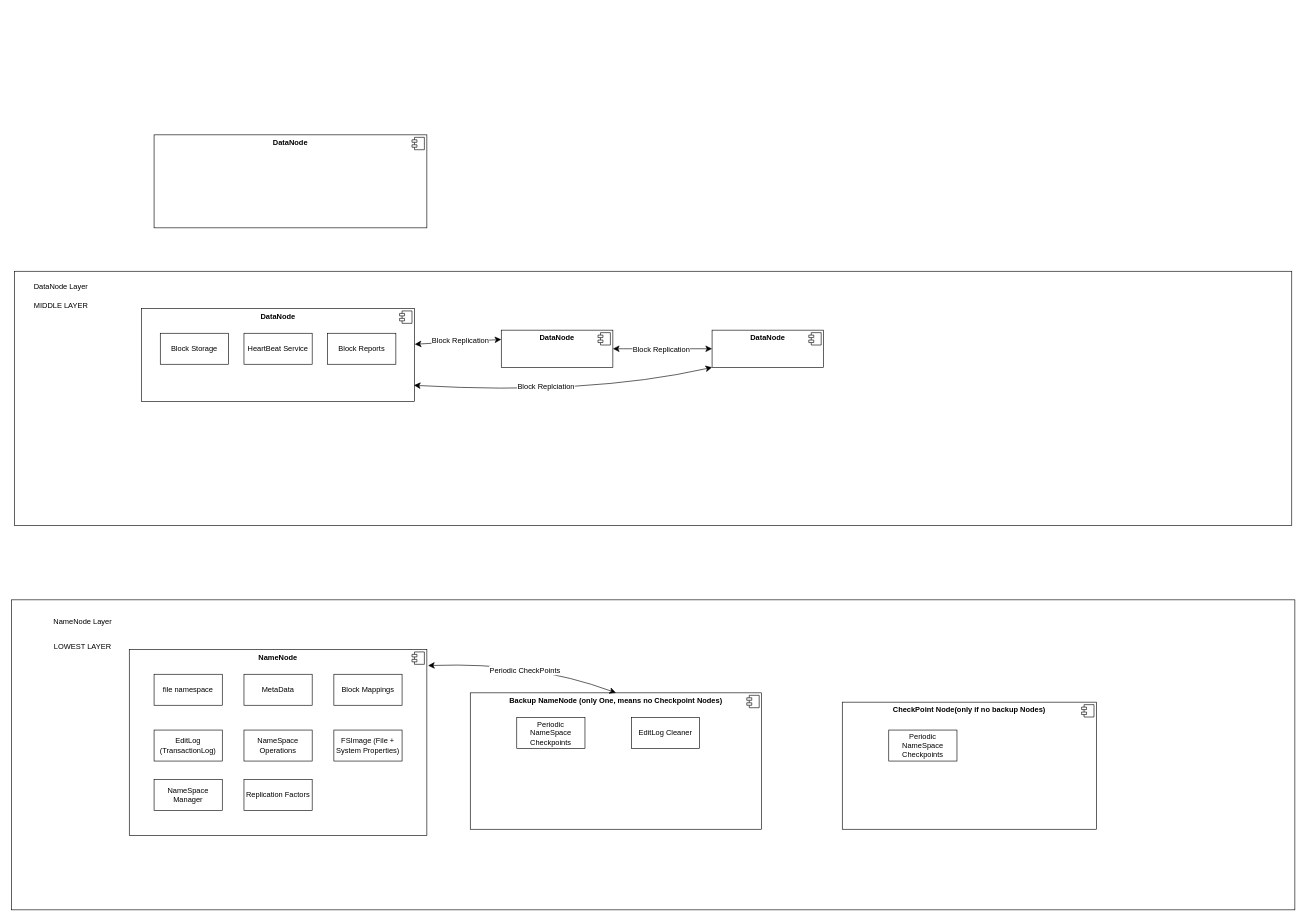
Above: HDFS.drawio in DylanBriSmith/4313Drawings (draw.io), before the change. Source tidied: cells renumbered, new cells numbered last; positions are measured from the earlier drawing's top-left corner, leaving out a move shared by most shapes. Both pictures are drawn from the tidied source at 62%, with x=0, y=0 at pixel (11, 135).
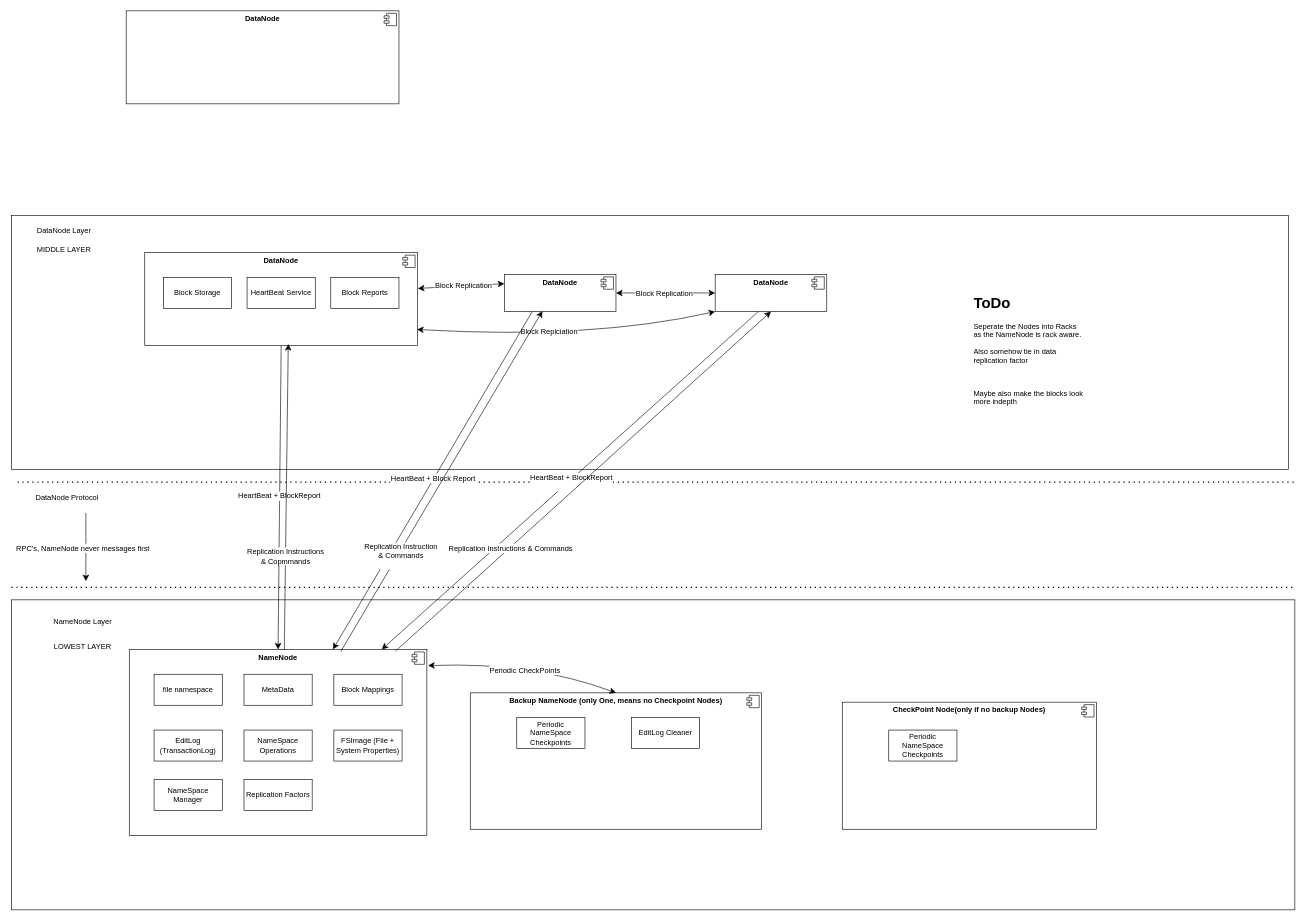
Above is the later version.

The change refers to these unchanged cells:
```xml
<mxCell id="4" value="&lt;p style=&quot;margin:0px;margin-top:6px;text-align:center;&quot;&gt;&lt;b&gt;NameNode&lt;/b&gt;&lt;/p&gt;&lt;p style=&quot;margin:0px;margin-top:6px;text-align:center;&quot;&gt;&lt;b&gt;&lt;br&gt;&lt;/b&gt;&lt;/p&gt;" style="align=left;overflow=fill;html=1;whiteSpace=wrap;" parent="1" vertex="1">
  <mxGeometry x="190" y="830" width="480" height="300" as="geometry" />
</mxCell>
```

The edit, as a diff of the source:
```diff
@@
     <mxCell id="2" style="rounded=0;whiteSpace=wrap;html=1;" parent="1" vertex="1">
-      <mxGeometry x="5" y="220" width="2060" height="410" as="geometry" />
+      <mxGeometry y="130" width="2060" height="410" as="geometry" />
     </mxCell>
@@
     <mxCell id="25" value="&lt;p style=&quot;margin:0px;margin-top:6px;text-align:center;&quot;&gt;&lt;b&gt;DataNode&lt;/b&gt;&lt;/p&gt;" style="align=left;overflow=fill;html=1;whiteSpace=wrap;" parent="1" vertex="1">
-      <mxGeometry x="210" y="280" width="440" height="150" as="geometry" />
+      <mxGeometry x="215" y="190" width="440" height="150" as="geometry" />
     </mxCell>
@@
     <mxCell id="27" value="Block Storage" style="html=1;whiteSpace=wrap;" parent="1" vertex="1">
-      <mxGeometry x="240" y="320" width="110" height="50" as="geometry" />
+      <mxGeometry x="245" y="230" width="110" height="50" as="geometry" />
     </mxCell>
     <mxCell id="28" value="HeartBeat Service" style="html=1;whiteSpace=wrap;" parent="1" vertex="1">
-      <mxGeometry x="375" y="320" width="110" height="50" as="geometry" />
+      <mxGeometry x="380" y="230" width="110" height="50" as="geometry" />
     </mxCell>
     <mxCell id="29" value="Block Reports" style="html=1;whiteSpace=wrap;" parent="1" vertex="1">
-      <mxGeometry x="510" y="320" width="110" height="50" as="geometry" />
+      <mxGeometry x="515" y="230" width="110" height="50" as="geometry" />
     </mxCell>
     <mxCell id="30" value="&lt;p style=&quot;margin:0px;margin-top:6px;text-align:center;&quot;&gt;&lt;b&gt;DataNode&lt;/b&gt;&lt;/p&gt;" style="align=left;overflow=fill;html=1;whiteSpace=wrap;" parent="1" vertex="1">
-      <mxGeometry x="790" y="315" width="180" height="60" as="geometry" />
+      <mxGeometry x="795" y="225" width="180" height="60" as="geometry" />
     </mxCell>
@@
     <mxCell id="32" value="&lt;p style=&quot;margin:0px;margin-top:6px;text-align:center;&quot;&gt;&lt;b&gt;DataNode&lt;/b&gt;&lt;/p&gt;" style="align=left;overflow=fill;html=1;whiteSpace=wrap;" parent="1" vertex="1">
-      <mxGeometry x="1130" y="315" width="180" height="60" as="geometry" />
+      <mxGeometry x="1135" y="225" width="180" height="60" as="geometry" />
     </mxCell>
@@
     <mxCell id="34" value="DataNode Layer" style="text;html=1;align=center;verticalAlign=middle;whiteSpace=wrap;rounded=0;" parent="1" vertex="1">
-      <mxGeometry x="20" y="230" width="120" height="30" as="geometry" />
+      <mxGeometry x="25" y="140" width="120" height="30" as="geometry" />
     </mxCell>
     <mxCell id="35" value="MIDDLE LAYER" style="text;html=1;align=center;verticalAlign=middle;whiteSpace=wrap;rounded=0;" parent="1" vertex="1">
-      <mxGeometry x="20" y="260" width="120" height="30" as="geometry" />
+      <mxGeometry x="25" y="170" width="120" height="30" as="geometry" />
     </mxCell>
     <mxCell id="36" value="&lt;p style=&quot;margin:0px;margin-top:6px;text-align:center;&quot;&gt;&lt;b&gt;DataNode&lt;/b&gt;&lt;/p&gt;" style="align=left;overflow=fill;html=1;whiteSpace=wrap;" parent="1" vertex="1">
-      <mxGeometry x="230" width="440" height="150" as="geometry" />
+      <mxGeometry x="185" y="-200" width="440" height="150" as="geometry" />
     </mxCell>
@@
     <mxCell id="44" style="endArrow=classic;startArrow=classic;html=1;rounded=0;fontSize=12;startSize=8;endSize=8;curved=1;exitX=0.998;exitY=0.826;exitDx=0;exitDy=0;exitPerimeter=0;entryX=0;entryY=1;entryDx=0;entryDy=0;" parent="1" edge="1" source="25" target="32">
       <mxGeometry relative="1" as="geometry">
         <Array as="points">
-          <mxPoint x="930" y="420" />
+          <mxPoint x="935" y="330" />
         </Array>
       </mxGeometry>
     </mxCell>
@@
+    <mxCell id="46" style="endArrow=none;dashed=1;html=1;dashPattern=1 3;strokeWidth=2;rounded=0;fontSize=12;startSize=8;endSize=8;curved=1;" parent="1" edge="1">
+      <mxGeometry relative="1" as="geometry">
+        <mxPoint x="10" y="560" as="sourcePoint" />
+        <mxPoint x="2070" y="560" as="targetPoint" />
+      </mxGeometry>
+    </mxCell>
+    <mxCell id="47" style="endArrow=none;dashed=1;html=1;dashPattern=1 3;strokeWidth=2;rounded=0;fontSize=12;startSize=8;endSize=8;curved=1;" parent="1" edge="1">
+      <mxGeometry relative="1" as="geometry">
+        <mxPoint y="730" as="sourcePoint" />
+        <mxPoint x="2071.5" y="730" as="targetPoint" />
+      </mxGeometry>
+    </mxCell>
+    <mxCell id="48" value="DataNode Protocol" style="text;html=1;align=center;verticalAlign=middle;whiteSpace=wrap;rounded=0;" parent="1" vertex="1">
+      <mxGeometry x="10" y="570" width="160" height="30" as="geometry" />
+    </mxCell>
+    <mxCell id="49" style="endArrow=classic;html=1;rounded=0;fontSize=12;startSize=8;endSize=8;curved=1;exitX=0.5;exitY=1;exitDx=0;exitDy=0;entryX=0.5;entryY=0;entryDx=0;entryDy=0;" parent="1" edge="1" source="25" target="4">
+      <mxGeometry relative="1" as="geometry" />
+    </mxCell>
+    <mxCell id="50" value="HeartBeat + BlockReport" style="edgeLabel;html=1;align=center;verticalAlign=middle;fontSize=12;" parent="49" vertex="1">
+      <mxGeometry x="-0.01" y="-1" relative="1" as="geometry" />
+    </mxCell>
+    <mxCell id="51" style="endArrow=classic;html=1;rounded=0;fontSize=12;startSize=8;endSize=8;curved=1;exitX=0.25;exitY=1;exitDx=0;exitDy=0;" parent="1" edge="1" source="30" target="4">
+      <mxGeometry relative="1" as="geometry" />
+    </mxCell>
+    <mxCell id="52" value="HeartBeat + Block Report" style="edgeLabel;html=1;align=center;verticalAlign=middle;fontSize=12;" parent="51" vertex="1">
+      <mxGeometry x="-0.01" y="-2" relative="1" as="geometry" />
+    </mxCell>
+    <mxCell id="53" style="endArrow=classic;html=1;rounded=0;fontSize=12;startSize=8;endSize=8;curved=1;exitX=0.384;exitY=1.008;exitDx=0;exitDy=0;exitPerimeter=0;" parent="1" edge="1" source="32" target="4">
+      <mxGeometry relative="1" as="geometry" />
+    </mxCell>
+    <mxCell id="54" value="HeartBeat + BlockReport&lt;div&gt;&lt;br&gt;&lt;/div&gt;" style="edgeLabel;html=1;align=center;verticalAlign=middle;fontSize=12;" parent="53" vertex="1">
+      <mxGeometry y="2" relative="1" as="geometry">
+        <mxPoint x="1" as="offset" />
+      </mxGeometry>
+    </mxCell>
+    <mxCell id="55" value="&lt;h1 style=&quot;margin-top: 0px;&quot;&gt;ToDo&lt;/h1&gt;&lt;p&gt;Seperate the Nodes into Racks as the NameNode is rack aware.&lt;/p&gt;&lt;p&gt;Also somehow tie in data replication factor&lt;/p&gt;&lt;p&gt;&lt;br&gt;&lt;/p&gt;&lt;p&gt;Maybe also make the blocks look more indepth&lt;/p&gt;&lt;p&gt;&lt;br&gt;&lt;/p&gt;" style="text;html=1;whiteSpace=wrap;overflow=hidden;rounded=0;" parent="1" vertex="1">
+      <mxGeometry x="1550" y="250" width="180" height="250" as="geometry" />
+    </mxCell>
+    <mxCell id="56" style="endArrow=classic;html=1;rounded=0;fontSize=12;startSize=8;endSize=8;curved=1;" parent="1" edge="1">
+      <mxGeometry relative="1" as="geometry">
+        <mxPoint x="120" y="610" as="sourcePoint" />
+        <mxPoint x="120" y="720" as="targetPoint" />
+      </mxGeometry>
+    </mxCell>
+    <mxCell id="57" value="RPC's, NameNode never messages first" style="edgeLabel;html=1;align=center;verticalAlign=middle;fontSize=12;" parent="56" vertex="1">
+      <mxGeometry x="0.01" y="-6" relative="1" as="geometry" />
+    </mxCell>
+    <mxCell id="58" style="endArrow=classic;html=1;rounded=0;fontSize=12;startSize=8;endSize=8;curved=1;exitX=0.521;exitY=0.003;exitDx=0;exitDy=0;exitPerimeter=0;entryX=0.526;entryY=0.982;entryDx=0;entryDy=0;entryPerimeter=0;" parent="1" edge="1" source="4" target="25">
+      <mxGeometry relative="1" as="geometry" />
+    </mxCell>
+    <mxCell id="59" value="Replication Instructions&lt;div&gt;&amp;amp; Copmmands&lt;/div&gt;" style="edgeLabel;html=1;align=center;verticalAlign=middle;fontSize=12;" parent="58" vertex="1">
+      <mxGeometry x="-0.39" y="1" relative="1" as="geometry" />
+    </mxCell>
+    <mxCell id="60" style="endArrow=classic;html=1;rounded=0;fontSize=12;startSize=8;endSize=8;curved=1;entryX=0.341;entryY=0.987;entryDx=0;entryDy=0;entryPerimeter=0;exitX=0.711;exitY=0.01;exitDx=0;exitDy=0;exitPerimeter=0;" parent="1" edge="1" source="4" target="30">
+      <mxGeometry relative="1" as="geometry" />
+    </mxCell>
+    <mxCell id="61" value="Replication Instruction&lt;div&gt;&amp;amp; Commands&lt;/div&gt;&lt;div&gt;&lt;br&gt;&lt;/div&gt;" style="edgeLabel;html=1;align=center;verticalAlign=middle;fontSize=12;" parent="60" vertex="1">
+      <mxGeometry x="-0.43" y="-4" relative="1" as="geometry" />
+    </mxCell>
+    <mxCell id="62" style="endArrow=classic;html=1;rounded=0;fontSize=12;startSize=8;endSize=8;curved=1;exitX=0.894;exitY=0.01;exitDx=0;exitDy=0;exitPerimeter=0;entryX=0.5;entryY=1;entryDx=0;entryDy=0;" parent="1" edge="1" source="4" target="32">
+      <mxGeometry relative="1" as="geometry" />
+    </mxCell>
+    <mxCell id="63" value="Replication Instructions &amp;amp; Commands" style="edgeLabel;html=1;align=center;verticalAlign=middle;fontSize=12;" parent="62" vertex="1">
+      <mxGeometry x="-0.39" y="-1" relative="1" as="geometry" />
+    </mxCell>
```
